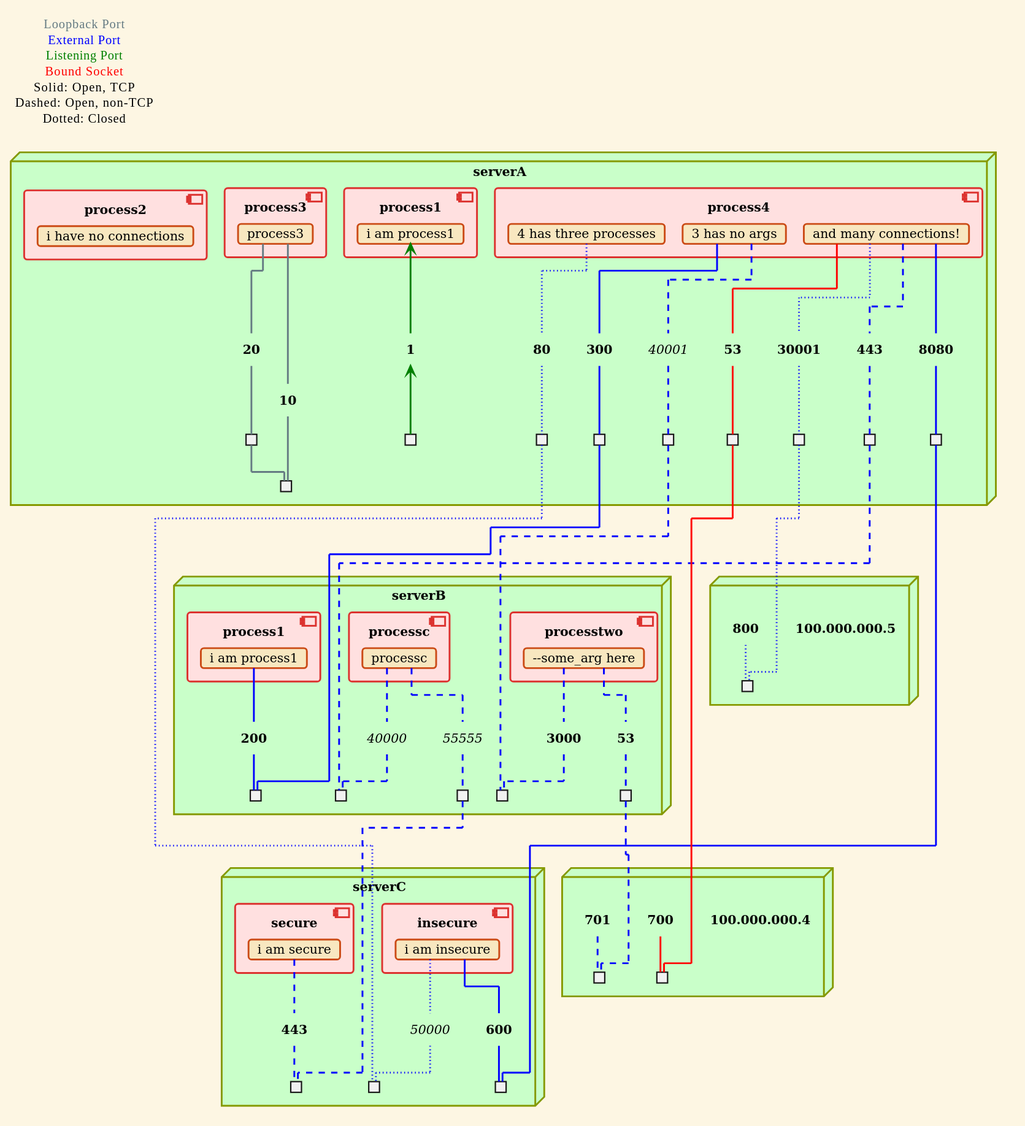
Earlier version of the PlantUML export demo/output.svg (AlexJ314/Port_Mapper).
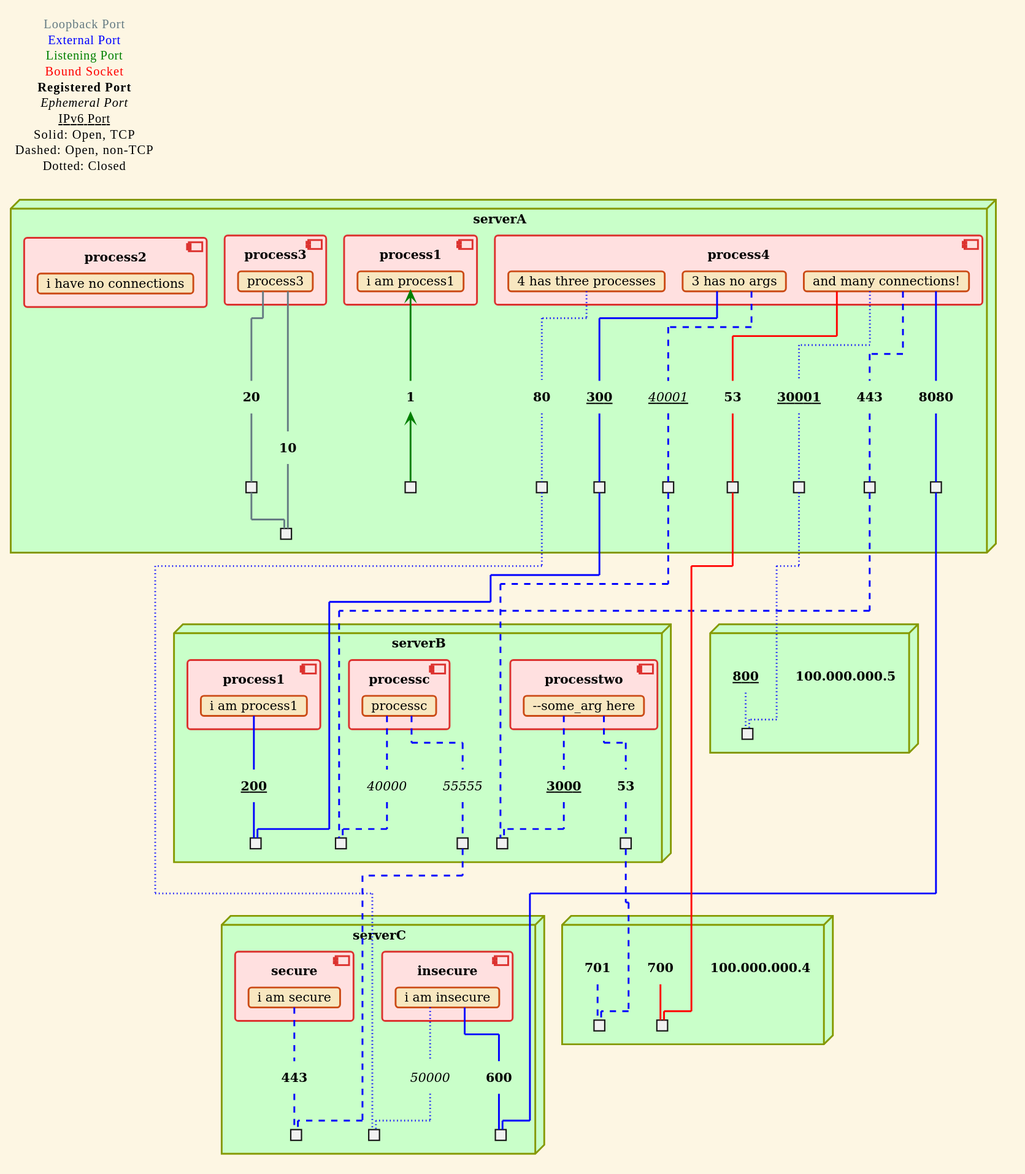
After the change.

Change to the diagram source:
```diff
@@ -18,6 +18,9 @@
    <color:#blue>External Port</color>
    <color:#green>Listening Port</color>
    <color:#red>Bound Socket</color>
+   <b>Registered Port</b>
+   <i>Ephemeral Port</i>
+   <u>IPv6 Port</u>
    Solid:  Open, TCP
    Dashed: Open, non-TCP
    Dotted: Closed
@@ -29,10 +32,10 @@
   port " " as p_serverA_20_tcp
   label "<b>10</b>" as l_serverA_10_tcp
   port " " as p_serverA_10_tcp
-  label "<b>300</b>" as l_serverA_300_tcp6
+  label "<b><u>300</u></b>" as l_serverA_300_tcp6
   port " " as p_serverA_300_tcp6
-  label "<i>40001</i>" as l_serverA_40001_udp
-  port " " as p_serverA_40001_udp
+  label "<i><u>40001</u></i>" as l_serverA_40001_udp6
+  port " " as p_serverA_40001_udp6
   label "<b>80</b>" as l_serverA_80_udp
   port " " as p_serverA_80_udp
   label "<b>443</b>" as l_serverA_443_udp
@@ -41,17 +44,17 @@
   port " " as p_serverA_8080_tcp
   label "<b>53</b>" as l_serverA_53_tcp
   port " " as p_serverA_53_tcp
-  label "<b>30001</b>" as l_serverA_30001_tcp
-  port " " as p_serverA_30001_tcp
+  label "<b><u>30001</u></b>" as l_serverA_30001_tcp6
+  port " " as p_serverA_30001_tcp6
 
   component "process1" as c_serverA_process1 {
-    card cd_serverA_process1_2552935835840783567 [
+    card cd_serverA_process1_U002D4795482676943449444 [
       i<U+0020>am<U+0020>process1
     ]
 
   }
   component "process2" as c_serverA_process2 {
-    card cd_serverA_process2_11416443028239719 [
+    card cd_serverA_process2_U002D2992883841319636698 [
       i<U+0020>have<U+0020>no<U+0020>connections
     ]
 
@@ -63,25 +66,25 @@
 
   }
   component "process4" as c_serverA_process4 {
-    card cd_serverA_process4__002D6082950447709973 [
+    card cd_serverA_process4_U002D1776128945515759014 [
       3<U+0020>has<U+0020>no<U+0020>args
     ]
 
-    card cd_serverA_process4__002D858470391411521013 [
+    card cd_serverA_process4_U002D1269142211632645973 [
       4<U+0020>has<U+0020>three<U+0020>processes
     ]
 
-    card cd_serverA_process4_1497590011969229004 [
+    card cd_serverA_process4_U002D8535945929872790005 [
       and<U+0020>many<U+0020>connections<U+0021>
     ]
 
   }
 }
 node "serverB" as n_serverB {
-  label "<b>200</b>" as l_serverB_200_tcp6
+  label "<b><u>200</u></b>" as l_serverB_200_tcp6
   port " " as p_serverB_200_tcp6
-  label "<b>3000</b>" as l_serverB_3000_udp
-  port " " as p_serverB_3000_udp
+  label "<b><u>3000</u></b>" as l_serverB_3000_udp6
+  port " " as p_serverB_3000_udp6
   label "<b>53</b>" as l_serverB_53_udp
   port " " as p_serverB_53_udp
   label "<i>40000</i>" as l_serverB_40000_udp
@@ -90,13 +93,13 @@
   port " " as p_serverB_55555_udp
 
   component "process1" as c_serverB_process1 {
-    card cd_serverB_process1_2552935835840783567 [
+    card cd_serverB_process1_U002D4795482676943449444 [
       i<U+0020>am<U+0020>process1
     ]
 
   }
   component "processtwo" as c_serverB_processtwo {
-    card cd_serverB_processtwo__002D8963323297501951361 [
+    card cd_serverB_processtwo_U002D859589370036031190 [
       <U+002D><U+002D>some<U+005F>arg<U+0020>here
     ]
 
@@ -117,81 +120,81 @@
   port " " as p_serverC_443_udp
 
   component "insecure" as c_serverC_insecure {
-    card cd_serverC_insecure_2167888926513955882 [
+    card cd_serverC_insecure_605543496435534102 [
       i<U+0020>am<U+0020>insecure
     ]
 
   }
   component "secure" as c_serverC_secure {
-    card cd_serverC_secure_4968563680010177222 [
+    card cd_serverC_secure_U002D6186896277991441440 [
       i<U+0020>am<U+0020>secure
     ]
 
   }
 }
-node " " as n_100_002E000_002E000_002E4 {
-  label "<b>100<U+002E>000<U+002E>000<U+002E>4</b>" as ln_100_002E000_002E000_002E4
-  n_100_002E000_002E000_002E4 -[hidden]u- ln_100_002E000_002E000_002E4
-  label "<b>700</b>" as l_100_002E000_002E000_002E4_700_tcp
-  port " " as p_100_002E000_002E000_002E4_700_tcp
-  label "<b>701</b>" as l_100_002E000_002E000_002E4_701_udp
-  port " " as p_100_002E000_002E000_002E4_701_udp
+node " " as n_100U002E000U002E000U002E4 {
+  label "<b>100<U+002E>000<U+002E>000<U+002E>4</b>" as ln_100U002E000U002E000U002E4
+  n_100U002E000U002E000U002E4 -[hidden]u- ln_100U002E000U002E000U002E4
+  label "<b>700</b>" as l_100U002E000U002E000U002E4_700_tcp
+  port " " as p_100U002E000U002E000U002E4_700_tcp
+  label "<b>701</b>" as l_100U002E000U002E000U002E4_701_udp
+  port " " as p_100U002E000U002E000U002E4_701_udp
 
 }
-node " " as n_100_002E000_002E000_002E5 {
-  label "<b>100<U+002E>000<U+002E>000<U+002E>5</b>" as ln_100_002E000_002E000_002E5
-  n_100_002E000_002E000_002E5 -[hidden]u- ln_100_002E000_002E000_002E5
-  label "<b>800</b>" as l_100_002E000_002E000_002E5_800_tcp
-  port " " as p_100_002E000_002E000_002E5_800_tcp
+node " " as n_100U002E000U002E000U002E5 {
+  label "<b>100<U+002E>000<U+002E>000<U+002E>5</b>" as ln_100U002E000U002E000U002E5
+  n_100U002E000U002E000U002E5 -[hidden]u- ln_100U002E000U002E000U002E5
+  label "<b><u>800</u></b>" as l_100U002E000U002E000U002E5_800_tcp6
+  port " " as p_100U002E000U002E000U002E5_800_tcp6
 
 }
 l_serverA_1_tcp <-[#green]- p_serverA_1_tcp
 l_serverA_20_tcp -- p_serverA_20_tcp
 l_serverA_10_tcp -- p_serverA_10_tcp
 l_serverA_300_tcp6 -[#blue]- p_serverA_300_tcp6
-l_serverA_40001_udp -[dashed,#blue]- p_serverA_40001_udp
+l_serverA_40001_udp6 -[dashed,#blue]- p_serverA_40001_udp6
 l_serverA_80_udp -[dotted,norank,#blue]- p_serverA_80_udp
 l_serverA_443_udp -[dashed,#blue]- p_serverA_443_udp
 l_serverA_8080_tcp -[#blue]- p_serverA_8080_tcp
 l_serverA_53_tcp -[#blue,#red]- p_serverA_53_tcp
-l_serverA_30001_tcp -[dotted,norank,#blue]- p_serverA_30001_tcp
+l_serverA_30001_tcp6 -[dotted,norank,#blue]- p_serverA_30001_tcp6
 l_serverB_200_tcp6 -[#blue]- p_serverB_200_tcp6
-l_serverB_3000_udp -[dashed,#blue]- p_serverB_3000_udp
+l_serverB_3000_udp6 -[dashed,#blue]- p_serverB_3000_udp6
 l_serverB_53_udp -[dashed,#blue]- p_serverB_53_udp
 l_serverB_40000_udp -[dashed,#blue]- p_serverB_40000_udp
 l_serverB_55555_udp -[dashed,#blue]- p_serverB_55555_udp
 l_serverC_50000_udp -[dotted,norank,#blue]- p_serverC_50000_udp
 l_serverC_600_tcp -[#blue]- p_serverC_600_tcp
 l_serverC_443_udp -[dashed,#blue]- p_serverC_443_udp
-l_100_002E000_002E000_002E4_700_tcp -[#blue,#red]- p_100_002E000_002E000_002E4_700_tcp
-l_100_002E000_002E000_002E4_701_udp -[dashed,#blue]- p_100_002E000_002E000_002E4_701_udp
-l_100_002E000_002E000_002E5_800_tcp -[dotted,norank,#blue]- p_100_002E000_002E000_002E5_800_tcp
-cd_serverA_process1_2552935835840783567 <-[#green]- l_serverA_1_tcp
+l_100U002E000U002E000U002E4_700_tcp -[#blue,#red]- p_100U002E000U002E000U002E4_700_tcp
+l_100U002E000U002E000U002E4_701_udp -[dashed,#blue]- p_100U002E000U002E000U002E4_701_udp
+l_100U002E000U002E000U002E5_800_tcp6 -[dotted,norank,#blue]- p_100U002E000U002E000U002E5_800_tcp6
+cd_serverA_process1_U002D4795482676943449444 <-[#green]- l_serverA_1_tcp
 cd_serverA_process3_0 -- l_serverA_20_tcp
 p_serverA_20_tcp -[norank]- p_serverA_10_tcp
 cd_serverA_process3_0 -- l_serverA_10_tcp
-cd_serverA_process4__002D6082950447709973 -[#blue]- l_serverA_300_tcp6
+cd_serverA_process4_U002D1776128945515759014 -[#blue]- l_serverA_300_tcp6
 p_serverA_300_tcp6 -[norank,#blue]- p_serverB_200_tcp6
-cd_serverA_process4__002D6082950447709973 -[dashed,#blue]- l_serverA_40001_udp
-p_serverA_40001_udp -[norank,dashed,#blue]- p_serverB_3000_udp
-cd_serverA_process4__002D858470391411521013 -[dotted,norank,#blue]- l_serverA_80_udp
+cd_serverA_process4_U002D1776128945515759014 -[dashed,#blue]- l_serverA_40001_udp6
+p_serverA_40001_udp6 -[norank,dashed,#blue]- p_serverB_3000_udp6
+cd_serverA_process4_U002D1269142211632645973 -[dotted,norank,#blue]- l_serverA_80_udp
 p_serverA_80_udp -[norank,dotted,norank,#blue]- p_serverC_50000_udp
-cd_serverA_process4_1497590011969229004 -[dashed,#blue]- l_serverA_443_udp
+cd_serverA_process4_U002D8535945929872790005 -[dashed,#blue]- l_serverA_443_udp
 p_serverA_443_udp -[norank,dashed,#blue]- p_serverB_40000_udp
-cd_serverA_process4_1497590011969229004 -[#blue]- l_serverA_8080_tcp
+cd_serverA_process4_U002D8535945929872790005 -[#blue]- l_serverA_8080_tcp
 p_serverA_8080_tcp -[norank,#blue]- p_serverC_600_tcp
-cd_serverA_process4_1497590011969229004 -[#blue,#red]- l_serverA_53_tcp
-p_serverA_53_tcp -[norank,#blue,#red]- p_100_002E000_002E000_002E4_700_tcp
-cd_serverA_process4_1497590011969229004 -[dotted,norank,#blue]- l_serverA_30001_tcp
-p_serverA_30001_tcp -[norank,dotted,norank,#blue]- p_100_002E000_002E000_002E5_800_tcp
-cd_serverB_process1_2552935835840783567 -[#blue]- l_serverB_200_tcp6
-cd_serverB_processtwo__002D8963323297501951361 -[dashed,#blue]- l_serverB_3000_udp
-cd_serverB_processtwo__002D8963323297501951361 -[dashed,#blue]- l_serverB_53_udp
-p_serverB_53_udp -[norank,dashed,#blue]- p_100_002E000_002E000_002E4_701_udp
+cd_serverA_process4_U002D8535945929872790005 -[#blue,#red]- l_serverA_53_tcp
+p_serverA_53_tcp -[norank,#blue,#red]- p_100U002E000U002E000U002E4_700_tcp
+cd_serverA_process4_U002D8535945929872790005 -[dotted,norank,#blue]- l_serverA_30001_tcp6
+p_serverA_30001_tcp6 -[norank,dotted,norank,#blue]- p_100U002E000U002E000U002E5_800_tcp6
+cd_serverB_process1_U002D4795482676943449444 -[#blue]- l_serverB_200_tcp6
+cd_serverB_processtwo_U002D859589370036031190 -[dashed,#blue]- l_serverB_3000_udp6
+cd_serverB_processtwo_U002D859589370036031190 -[dashed,#blue]- l_serverB_53_udp
+p_serverB_53_udp -[norank,dashed,#blue]- p_100U002E000U002E000U002E4_701_udp
 cd_serverB_processc_0 -[dashed,#blue]- l_serverB_40000_udp
 cd_serverB_processc_0 -[dashed,#blue]- l_serverB_55555_udp
 p_serverB_55555_udp -[norank,dashed,#blue]- p_serverC_443_udp
-cd_serverC_insecure_2167888926513955882 -[dotted,norank,#blue]- l_serverC_50000_udp
-cd_serverC_insecure_2167888926513955882 -[#blue]- l_serverC_600_tcp
-cd_serverC_secure_4968563680010177222 -[dashed,#blue]- l_serverC_443_udp
+cd_serverC_insecure_605543496435534102 -[dotted,norank,#blue]- l_serverC_50000_udp
+cd_serverC_insecure_605543496435534102 -[#blue]- l_serverC_600_tcp
+cd_serverC_secure_U002D6186896277991441440 -[dashed,#blue]- l_serverC_443_udp
 @enduml
```
